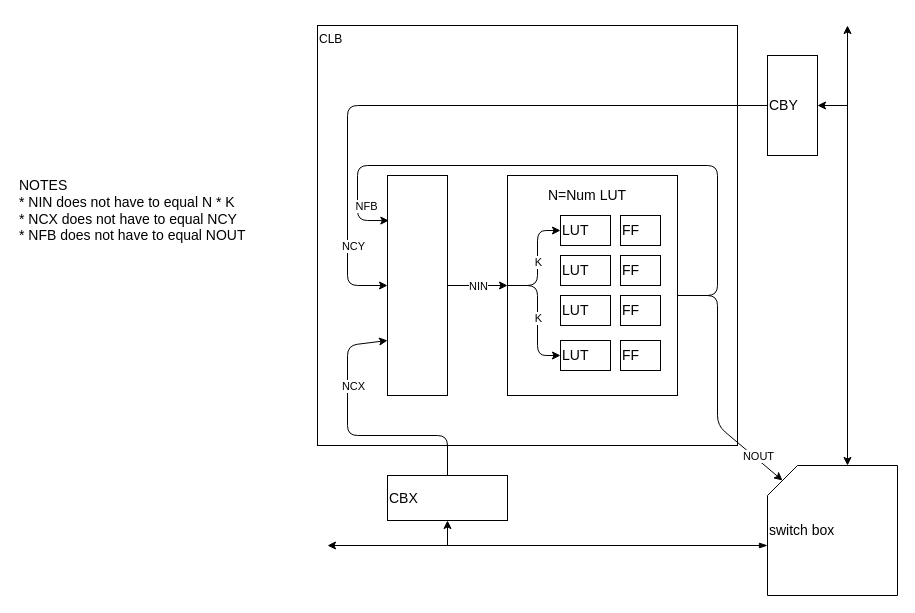
The draw.io diagram Tile Diagram.drawio in timsaxe/diagrams, before the edit. Source tidied: cells renumbered, new cells numbered last; positions are measured from the earlier drawing's top-left corner, leaving out a move shared by most shapes. Both pictures are drawn from the tidied source at 100%, with x=0, y=0 at pixel (17, 25).
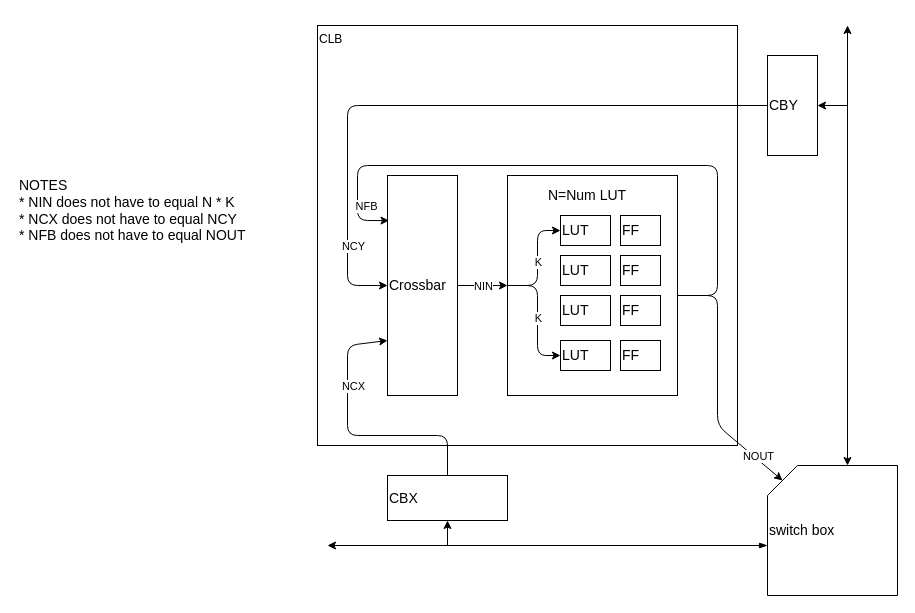
After the change.

What changed in the source:
```diff
@@
-    <mxCell id="6" style="rounded=0;whiteSpace=wrap;html=1;fontSize=14;align=left;verticalAlign=middle;" parent="1" vertex="1">
-      <mxGeometry x="370" y="150" width="60" height="220" as="geometry" />
+    <mxCell id="6" value="Crossbar" style="rounded=0;whiteSpace=wrap;html=1;fontSize=14;align=left;verticalAlign=middle;" parent="1" vertex="1">
+      <mxGeometry x="370" y="150" width="70" height="220" as="geometry" />
     </mxCell>
```
